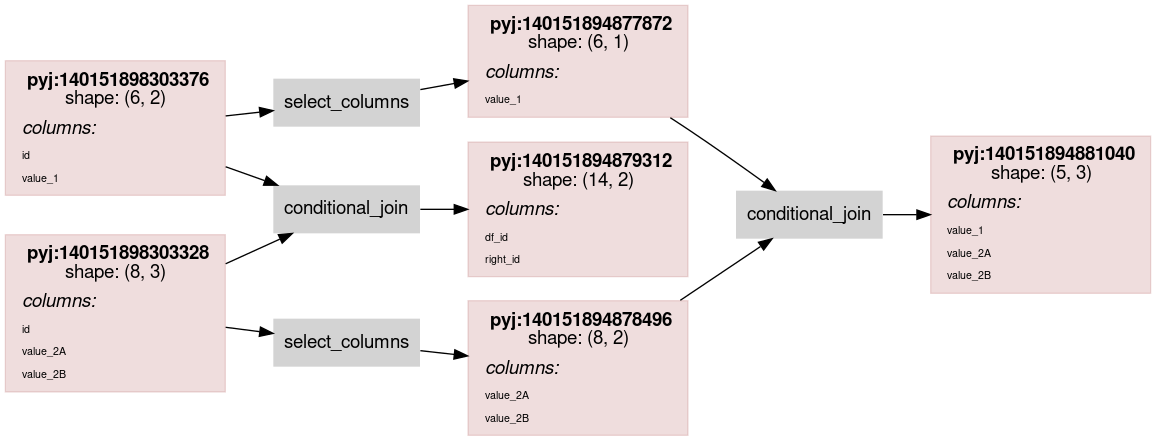
Above: scripts/rdflog/conditional_join.ttl.dot.png in asmirnov69/pyjviz-poc (Graphviz), before the change. Its source is kept beside it as scripts/rdflog/conditional_join.ttl.dot.
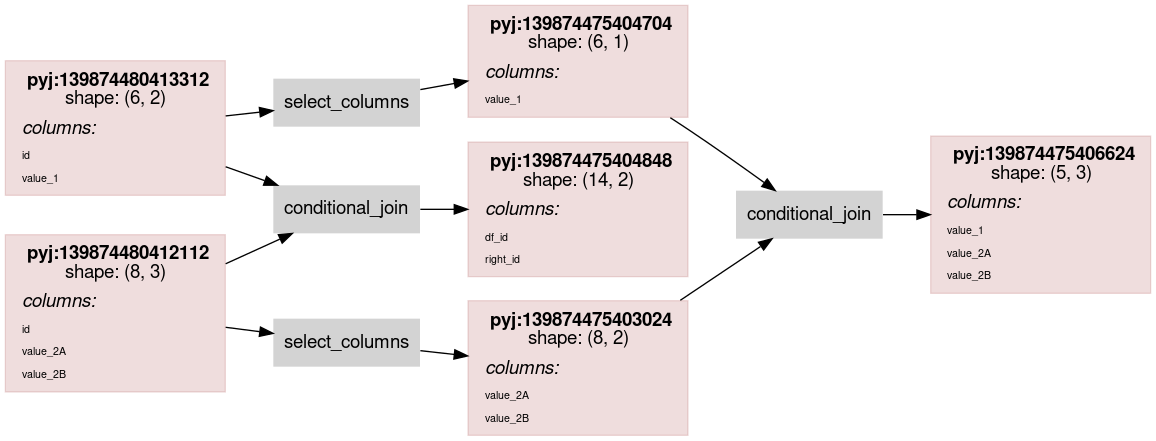
Later version of the same file.

What changed in the source:
```diff
@@ -14,7 +14,7 @@
                 color="#88000022"
                 shape = rect
                 label = <<table border="0" cellborder="0" cellspacing="0" cellpadding="4">
-                         <tr> <td> <b>pyj:140151898303376</b><br/>shape: (6, 2)</td> </tr>
+                         <tr> <td> <b>pyj:139874480413312</b><br/>shape: (6, 2)</td> </tr>
                          <tr> <td align="left"><i>columns:</i><br align="left"/></td></tr>
                 <tr><td align="left"><FONT POINT-SIZE="8px">id</FONT></td></tr>
 <tr><td align="left"><FONT POINT-SIZE="8px">value_1</FONT></td></tr>
@@ -24,7 +24,7 @@
                 color="#88000022"
                 shape = rect
                 label = <<table border="0" cellborder="0" cellspacing="0" cellpadding="4">
-                         <tr> <td> <b>pyj:140151894879312</b><br/>shape: (14, 2)</td> </tr>
+                         <tr> <td> <b>pyj:139874475404848</b><br/>shape: (14, 2)</td> </tr>
                          <tr> <td align="left"><i>columns:</i><br align="left"/></td></tr>
                 <tr><td align="left"><FONT POINT-SIZE="8px">df_id</FONT></td></tr>
 <tr><td align="left"><FONT POINT-SIZE="8px">right_id</FONT></td></tr>
@@ -34,7 +34,7 @@
                 color="#88000022"
                 shape = rect
                 label = <<table border="0" cellborder="0" cellspacing="0" cellpadding="4">
-                         <tr> <td> <b>pyj:140151898303328</b><br/>shape: (8, 3)</td> </tr>
+                         <tr> <td> <b>pyj:139874480412112</b><br/>shape: (8, 3)</td> </tr>
                          <tr> <td align="left"><i>columns:</i><br align="left"/></td></tr>
                 <tr><td align="left"><FONT POINT-SIZE="8px">id</FONT></td></tr>
 <tr><td align="left"><FONT POINT-SIZE="8px">value_2A</FONT></td></tr>
@@ -45,7 +45,7 @@
                 color="#88000022"
                 shape = rect
                 label = <<table border="0" cellborder="0" cellspacing="0" cellpadding="4">
-                         <tr> <td> <b>pyj:140151894877872</b><br/>shape: (6, 1)</td> </tr>
+                         <tr> <td> <b>pyj:139874475404704</b><br/>shape: (6, 1)</td> </tr>
                          <tr> <td align="left"><i>columns:</i><br align="left"/></td></tr>
                 <tr><td align="left"><FONT POINT-SIZE="8px">value_1</FONT></td></tr>
                          </table>>
@@ -54,7 +54,7 @@
                 color="#88000022"
                 shape = rect
                 label = <<table border="0" cellborder="0" cellspacing="0" cellpadding="4">
-                         <tr> <td> <b>pyj:140151894878496</b><br/>shape: (8, 2)</td> </tr>
+                         <tr> <td> <b>pyj:139874475403024</b><br/>shape: (8, 2)</td> </tr>
                          <tr> <td align="left"><i>columns:</i><br align="left"/></td></tr>
                 <tr><td align="left"><FONT POINT-SIZE="8px">value_2A</FONT></td></tr>
 <tr><td align="left"><FONT POINT-SIZE="8px">value_2B</FONT></td></tr>
@@ -64,7 +64,7 @@
                 color="#88000022"
                 shape = rect
                 label = <<table border="0" cellborder="0" cellspacing="0" cellpadding="4">
-                         <tr> <td> <b>pyj:140151894881040</b><br/>shape: (5, 3)</td> </tr>
+                         <tr> <td> <b>pyj:139874475406624</b><br/>shape: (5, 3)</td> </tr>
                          <tr> <td align="left"><i>columns:</i><br align="left"/></td></tr>
                 <tr><td align="left"><FONT POINT-SIZE="8px">value_1</FONT></td></tr>
 <tr><td align="left"><FONT POINT-SIZE="8px">value_2A</FONT></td></tr>
```
